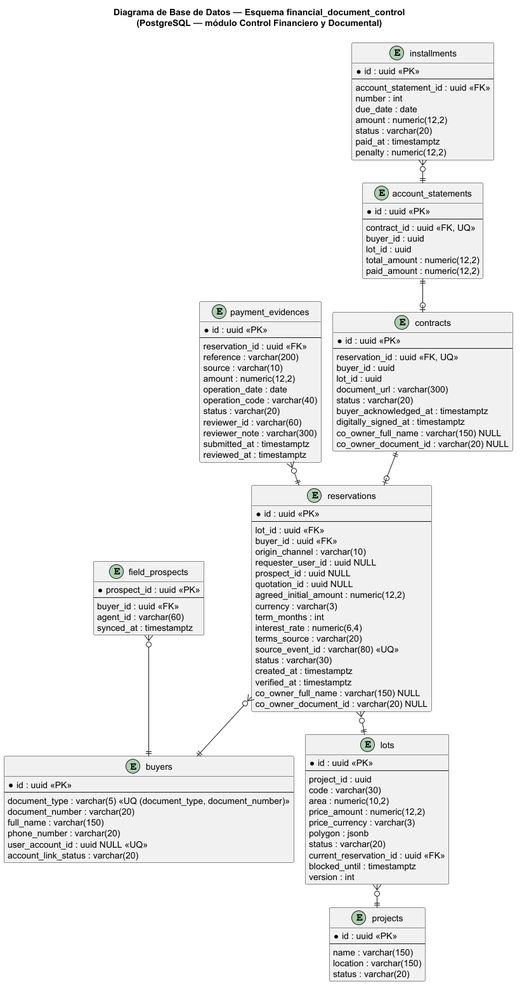
This is assets/cap2/DB-Control-Financiero-y-Documental.png from 1ACC0238-2620-13981-NovaCorp-InmoNode/InmoNode-Project-Report, a PlantUML export, as it was before one commit.
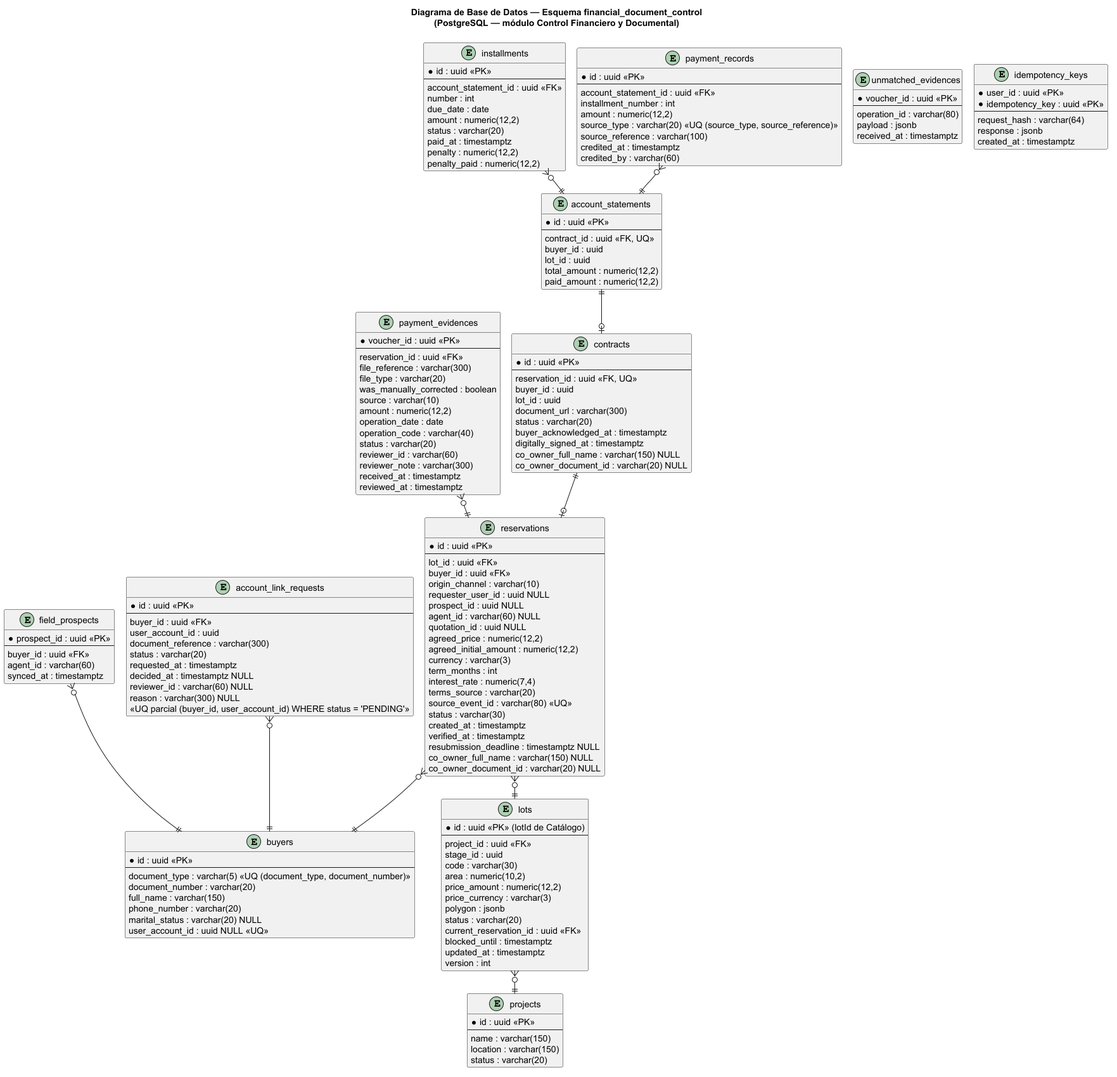
After the change.

Change to the diagram source:
```diff
@@ -13,9 +13,10 @@
 }
 
 entity "lots" as lots {
-  * id : uuid <<PK>>
+  * id : uuid <<PK>> (lotId de Catálogo)
   --
-  project_id : uuid
+  project_id : uuid <<FK>>
+  stage_id : uuid
   code : varchar(30)
   area : numeric(10,2)
   price_amount : numeric(12,2)
@@ -24,6 +25,7 @@
   status : varchar(20)
   current_reservation_id : uuid <<FK>>
   blocked_until : timestamptz
+  updated_at : timestamptz
   version : int
 }
 
@@ -34,8 +36,8 @@
   document_number : varchar(20)
   full_name : varchar(150)
   phone_number : varchar(20)
+  marital_status : varchar(20) NULL
   user_account_id : uuid NULL <<UQ>>
-  account_link_status : varchar(20)
 }
 
 entity "field_prospects" as field_prospects {
@@ -46,6 +48,20 @@
   synced_at : timestamptz
 }
 
+entity "account_link_requests" as account_link_requests {
+  * id : uuid <<PK>>
+  --
+  buyer_id : uuid <<FK>>
+  user_account_id : uuid
+  document_reference : varchar(300)
+  status : varchar(20)
+  requested_at : timestamptz
+  decided_at : timestamptz NULL
+  reviewer_id : varchar(60) NULL
+  reason : varchar(300) NULL
+  <<UQ parcial (buyer_id, user_account_id) WHERE status = 'PENDING'>>
+}
+
 entity "reservations" as reservations {
   * id : uuid <<PK>>
   --
@@ -54,25 +70,30 @@
   origin_channel : varchar(10)
   requester_user_id : uuid NULL
   prospect_id : uuid NULL
+  agent_id : varchar(60) NULL
   quotation_id : uuid NULL
+  agreed_price : numeric(12,2)
   agreed_initial_amount : numeric(12,2)
   currency : varchar(3)
   term_months : int
-  interest_rate : numeric(6,4)
+  interest_rate : numeric(7,4)
   terms_source : varchar(20)
   source_event_id : varchar(80) <<UQ>>
   status : varchar(30)
   created_at : timestamptz
   verified_at : timestamptz
+  resubmission_deadline : timestamptz NULL
   co_owner_full_name : varchar(150) NULL
   co_owner_document_id : varchar(20) NULL
 }
 
 entity "payment_evidences" as payment_evidences {
-  * id : uuid <<PK>>
+  * voucher_id : uuid <<PK>>
   --
   reservation_id : uuid <<FK>>
-  reference : varchar(200)
+  file_reference : varchar(300)
+  file_type : varchar(20)
+  was_manually_corrected : boolean
   source : varchar(10)
   amount : numeric(12,2)
   operation_date : date
@@ -80,8 +101,16 @@
   status : varchar(20)
   reviewer_id : varchar(60)
   reviewer_note : varchar(300)
-  submitted_at : timestamptz
+  received_at : timestamptz
   reviewed_at : timestamptz
+}
+
+entity "unmatched_evidences" as unmatched_evidences {
+  * voucher_id : uuid <<PK>>
+  --
+  operation_id : varchar(80)
+  payload : jsonb
+  received_at : timestamptz
 }
 
 entity "contracts" as contracts {
@@ -118,15 +147,39 @@
   status : varchar(20)
   paid_at : timestamptz
   penalty : numeric(12,2)
+  penalty_paid : numeric(12,2)
+}
+
+entity "payment_records" as payment_records {
+  * id : uuid <<PK>>
+  --
+  account_statement_id : uuid <<FK>>
+  installment_number : int
+  amount : numeric(12,2)
+  source_type : varchar(20) <<UQ (source_type, source_reference)>>
+  source_reference : varchar(100)
+  credited_at : timestamptz
+  credited_by : varchar(60)
+}
+
+entity "idempotency_keys" as idempotency_keys {
+  * user_id : uuid <<PK>>
+  * idempotency_key : uuid <<PK>>
+  --
+  request_hash : varchar(64)
+  response : jsonb
+  created_at : timestamptz
 }
 
 lots }o--|| projects
 reservations }o--|| lots
 reservations }o--|| buyers
 field_prospects }o--|| buyers
+account_link_requests }o--|| buyers
 payment_evidences }o--|| reservations
 contracts ||--o| reservations
 account_statements ||--o| contracts
 installments }o--|| account_statements
+payment_records }o--|| account_statements
 
 @enduml
```
